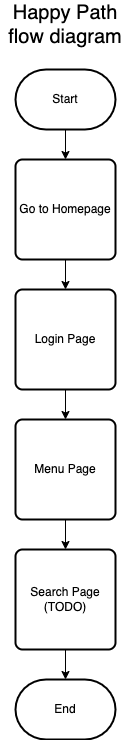
Earlier version of the draw.io export documentation/diagrams/DoS-Comparison-Tool-Flow-Diagram.drawio.png (nhsd-exeter/dos-comparison-tool). Source tidied: cells renumbered, new cells last; positions are measured from the earlier drawing's top-left corner, leaving out a move shared by most shapes. Source of this version:
```xml
<mxGraphModel background="#ffffff">
  <root>
    <mxCell id="0" />
    <mxCell id="1" parent="0" />
    <mxCell id="2" style="edgeStyle=none;html=1;fontSize=12;" parent="1" edge="1" source="3" target="7">
      <mxGeometry relative="1" as="geometry" />
    </mxCell>
    <mxCell id="3" value="Start" style="strokeWidth=2;html=1;shape=mxgraph.flowchart.terminator;whiteSpace=wrap;" parent="1" vertex="1">
      <mxGeometry x="15" y="60" width="100" height="60" as="geometry" />
    </mxCell>
    <mxCell id="4" value="End" style="strokeWidth=2;html=1;shape=mxgraph.flowchart.terminator;whiteSpace=wrap;" parent="1" vertex="1">
      <mxGeometry x="15" y="670" width="100" height="60" as="geometry" />
    </mxCell>
    <mxCell id="5" value="Happy Path flow diagram" style="text;html=1;strokeColor=none;fillColor=none;align=center;verticalAlign=middle;whiteSpace=wrap;rounded=0;fontSize=20;" parent="1" vertex="1">
      <mxGeometry width="130" height="30" as="geometry" />
    </mxCell>
    <mxCell id="6" style="edgeStyle=none;html=1;fontSize=12;" parent="1" edge="1" source="7" target="9">
      <mxGeometry relative="1" as="geometry" />
    </mxCell>
    <mxCell id="7" value="Go to Homepage" style="rounded=1;whiteSpace=wrap;html=1;absoluteArcSize=1;arcSize=14;strokeWidth=2;fontSize=12;" parent="1" vertex="1">
      <mxGeometry x="15" y="150" width="100" height="100" as="geometry" />
    </mxCell>
    <mxCell id="8" style="edgeStyle=none;html=1;fontSize=12;" parent="1" edge="1" source="9" target="11">
      <mxGeometry relative="1" as="geometry" />
    </mxCell>
    <mxCell id="9" value="Login Page" style="rounded=1;whiteSpace=wrap;html=1;absoluteArcSize=1;arcSize=14;strokeWidth=2;fontSize=12;" parent="1" vertex="1">
      <mxGeometry x="15" y="280" width="100" height="100" as="geometry" />
    </mxCell>
    <mxCell id="10" style="edgeStyle=none;html=1;fontSize=12;" parent="1" edge="1" source="11" target="13">
      <mxGeometry relative="1" as="geometry" />
    </mxCell>
    <mxCell id="11" value="Menu Page" style="rounded=1;whiteSpace=wrap;html=1;absoluteArcSize=1;arcSize=14;strokeWidth=2;fontSize=12;" parent="1" vertex="1">
      <mxGeometry x="15" y="410" width="100" height="100" as="geometry" />
    </mxCell>
    <mxCell id="12" style="edgeStyle=none;html=1;fontSize=12;" parent="1" edge="1" source="13" target="4">
      <mxGeometry relative="1" as="geometry" />
    </mxCell>
    <mxCell id="13" value="Search Page&lt;br&gt;(TODO)" style="rounded=1;whiteSpace=wrap;html=1;absoluteArcSize=1;arcSize=14;strokeWidth=2;fontSize=12;" parent="1" vertex="1">
      <mxGeometry x="15" y="540" width="100" height="100" as="geometry" />
    </mxCell>
  </root>
</mxGraphModel>
```
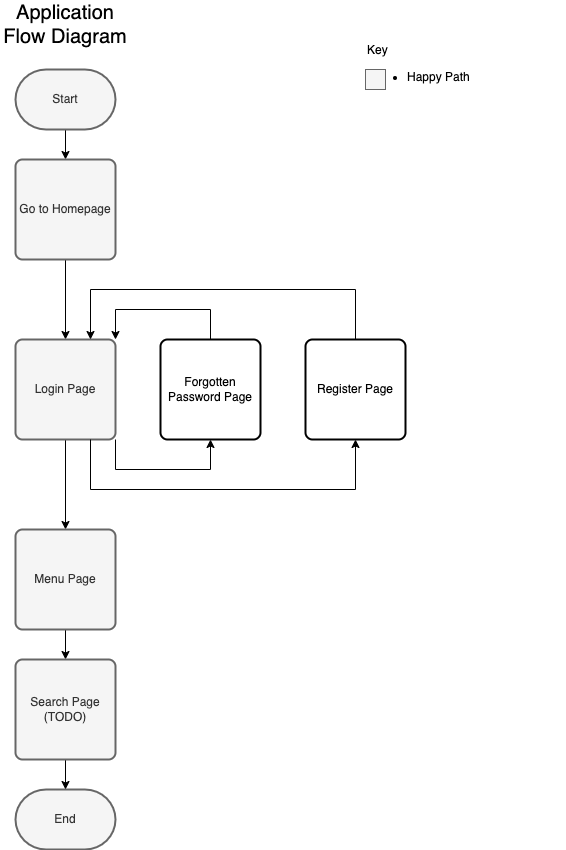
The same file after the commit.

Change to the diagram source:
```diff
@@ -5,38 +5,82 @@
     <mxCell id="2" style="edgeStyle=none;html=1;fontSize=12;" parent="1" edge="1" source="3" target="7">
       <mxGeometry relative="1" as="geometry" />
     </mxCell>
-    <mxCell id="3" value="Start" style="strokeWidth=2;html=1;shape=mxgraph.flowchart.terminator;whiteSpace=wrap;" parent="1" vertex="1">
+    <mxCell id="3" value="Start" style="strokeWidth=2;html=1;shape=mxgraph.flowchart.terminator;whiteSpace=wrap;fillColor=#f5f5f5;fontColor=#333333;strokeColor=#666666;" parent="1" vertex="1">
       <mxGeometry x="15" y="60" width="100" height="60" as="geometry" />
     </mxCell>
-    <mxCell id="4" value="End" style="strokeWidth=2;html=1;shape=mxgraph.flowchart.terminator;whiteSpace=wrap;" parent="1" vertex="1">
-      <mxGeometry x="15" y="670" width="100" height="60" as="geometry" />
+    <mxCell id="4" value="End" style="strokeWidth=2;html=1;shape=mxgraph.flowchart.terminator;whiteSpace=wrap;fillColor=#f5f5f5;fontColor=#333333;strokeColor=#666666;" parent="1" vertex="1">
+      <mxGeometry x="15" y="780" width="100" height="60" as="geometry" />
     </mxCell>
-    <mxCell id="5" value="Happy Path flow diagram" style="text;html=1;strokeColor=none;fillColor=none;align=center;verticalAlign=middle;whiteSpace=wrap;rounded=0;fontSize=20;" parent="1" vertex="1">
+    <mxCell id="5" value="Application Flow Diagram" style="text;html=1;strokeColor=none;fillColor=none;align=center;verticalAlign=middle;whiteSpace=wrap;rounded=0;fontSize=20;" parent="1" vertex="1">
       <mxGeometry width="130" height="30" as="geometry" />
     </mxCell>
     <mxCell id="6" style="edgeStyle=none;html=1;fontSize=12;" parent="1" edge="1" source="7" target="9">
       <mxGeometry relative="1" as="geometry" />
     </mxCell>
-    <mxCell id="7" value="Go to Homepage" style="rounded=1;whiteSpace=wrap;html=1;absoluteArcSize=1;arcSize=14;strokeWidth=2;fontSize=12;" parent="1" vertex="1">
+    <mxCell id="7" value="Go to Homepage" style="rounded=1;whiteSpace=wrap;html=1;absoluteArcSize=1;arcSize=14;strokeWidth=2;fontSize=12;fillColor=#f5f5f5;fontColor=#333333;strokeColor=#666666;" parent="1" vertex="1">
       <mxGeometry x="15" y="150" width="100" height="100" as="geometry" />
     </mxCell>
     <mxCell id="8" style="edgeStyle=none;html=1;fontSize=12;" parent="1" edge="1" source="9" target="11">
       <mxGeometry relative="1" as="geometry" />
     </mxCell>
+    <mxCell id="14" style="edgeStyle=orthogonalEdgeStyle;html=1;entryX=0.5;entryY=1;entryDx=0;entryDy=0;rounded=0;exitX=1;exitY=1;exitDx=0;exitDy=0;" parent="1" edge="1" source="9" target="16">
+      <mxGeometry relative="1" as="geometry">
+        <Array as="points">
+          <mxPoint x="115" y="460" />
+          <mxPoint x="210" y="460" />
+        </Array>
+      </mxGeometry>
+    </mxCell>
-    <mxCell id="9" value="Login Page" style="rounded=1;whiteSpace=wrap;html=1;absoluteArcSize=1;arcSize=14;strokeWidth=2;fontSize=12;" parent="1" vertex="1">
-      <mxGeometry x="15" y="280" width="100" height="100" as="geometry" />
+    <mxCell id="9" value="Login Page" style="rounded=1;whiteSpace=wrap;html=1;absoluteArcSize=1;arcSize=14;strokeWidth=2;fontSize=12;fillColor=#f5f5f5;fontColor=#333333;strokeColor=#666666;" parent="1" vertex="1">
+      <mxGeometry x="15" y="330" width="100" height="100" as="geometry" />
     </mxCell>
     <mxCell id="10" style="edgeStyle=none;html=1;fontSize=12;" parent="1" edge="1" source="11" target="13">
       <mxGeometry relative="1" as="geometry" />
     </mxCell>
-    <mxCell id="11" value="Menu Page" style="rounded=1;whiteSpace=wrap;html=1;absoluteArcSize=1;arcSize=14;strokeWidth=2;fontSize=12;" parent="1" vertex="1">
-      <mxGeometry x="15" y="410" width="100" height="100" as="geometry" />
+    <mxCell id="11" value="Menu Page" style="rounded=1;whiteSpace=wrap;html=1;absoluteArcSize=1;arcSize=14;strokeWidth=2;fontSize=12;fillColor=#f5f5f5;fontColor=#333333;strokeColor=#666666;" parent="1" vertex="1">
+      <mxGeometry x="15" y="520" width="100" height="100" as="geometry" />
     </mxCell>
     <mxCell id="12" style="edgeStyle=none;html=1;fontSize=12;" parent="1" edge="1" source="13" target="4">
       <mxGeometry relative="1" as="geometry" />
     </mxCell>
-    <mxCell id="13" value="Search Page&lt;br&gt;(TODO)" style="rounded=1;whiteSpace=wrap;html=1;absoluteArcSize=1;arcSize=14;strokeWidth=2;fontSize=12;" parent="1" vertex="1">
-      <mxGeometry x="15" y="540" width="100" height="100" as="geometry" />
+    <mxCell id="13" value="Search Page&lt;br&gt;(TODO)" style="rounded=1;whiteSpace=wrap;html=1;absoluteArcSize=1;arcSize=14;strokeWidth=2;fontSize=12;fillColor=#f5f5f5;fontColor=#333333;strokeColor=#666666;" parent="1" vertex="1">
+      <mxGeometry x="15" y="650" width="100" height="100" as="geometry" />
     </mxCell>
+    <mxCell id="15" style="edgeStyle=orthogonalEdgeStyle;rounded=0;html=1;entryX=1;entryY=0;entryDx=0;entryDy=0;exitX=0.5;exitY=0;exitDx=0;exitDy=0;" parent="1" edge="1" source="16" target="9">
+      <mxGeometry relative="1" as="geometry">
+        <Array as="points">
+          <mxPoint x="210" y="300" />
+          <mxPoint x="115" y="300" />
+        </Array>
+      </mxGeometry>
+    </mxCell>
+    <mxCell id="16" value="Forgotten Password Page" style="rounded=1;whiteSpace=wrap;html=1;absoluteArcSize=1;arcSize=14;strokeWidth=2;fontSize=12;" parent="1" vertex="1">
+      <mxGeometry x="160" y="330" width="100" height="100" as="geometry" />
+    </mxCell>
+    <mxCell id="17" style="edgeStyle=orthogonalEdgeStyle;rounded=0;html=1;entryX=0.75;entryY=0;entryDx=0;entryDy=0;" parent="1" edge="1" source="18" target="9">
+      <mxGeometry relative="1" as="geometry">
+        <Array as="points">
+          <mxPoint x="355" y="280" />
+          <mxPoint x="90" y="280" />
+        </Array>
+      </mxGeometry>
+    </mxCell>
+    <mxCell id="18" value="Register Page" style="rounded=1;whiteSpace=wrap;html=1;absoluteArcSize=1;arcSize=14;strokeWidth=2;fontSize=12;" parent="1" vertex="1">
+      <mxGeometry x="305" y="330" width="100" height="100" as="geometry" />
+    </mxCell>
+    <mxCell id="19" style="edgeStyle=orthogonalEdgeStyle;html=1;entryX=0.5;entryY=1;entryDx=0;entryDy=0;rounded=0;exitX=0.75;exitY=1;exitDx=0;exitDy=0;" parent="1" edge="1" source="9" target="18">
+      <mxGeometry relative="1" as="geometry">
+        <Array as="points">
+          <mxPoint x="90" y="480" />
+          <mxPoint x="355" y="480" />
+        </Array>
+      </mxGeometry>
+    </mxCell>
+    <mxCell id="20" value="&lt;div style=&quot;text-align: justify&quot;&gt;&lt;span&gt;Key&lt;/span&gt;&lt;/div&gt;&lt;ul&gt;&lt;li&gt;Happy Path&lt;/li&gt;&lt;/ul&gt;" style="text;html=1;strokeColor=none;fillColor=none;align=left;verticalAlign=middle;whiteSpace=wrap;rounded=0;" parent="1" vertex="1">
+      <mxGeometry x="365" y="20" width="200" height="80" as="geometry" />
+    </mxCell>
+    <mxCell id="21" style="rounded=0;whiteSpace=wrap;html=1;fillColor=#f5f5f5;fontColor=#333333;strokeColor=#666666;" parent="1" vertex="1">
+      <mxGeometry x="365" y="60" width="20" height="20" as="geometry" />
+    </mxCell>
   </root>
 </mxGraphModel>
```
